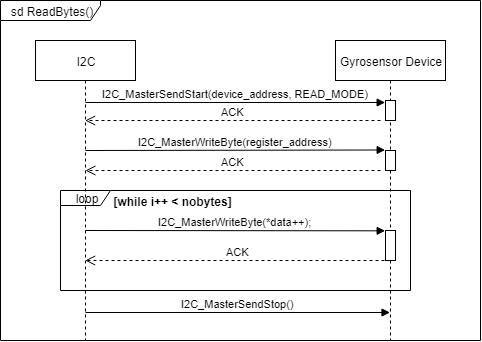
Before: Krav og Design/I2C_ReadBytes_SD.png, a diagram exported from draw.io (MkLJensen/iFollow). Source tidied: cells renumbered, new cells last; positions are measured from the earlier drawing's top-left corner, leaving out a move shared by most shapes.
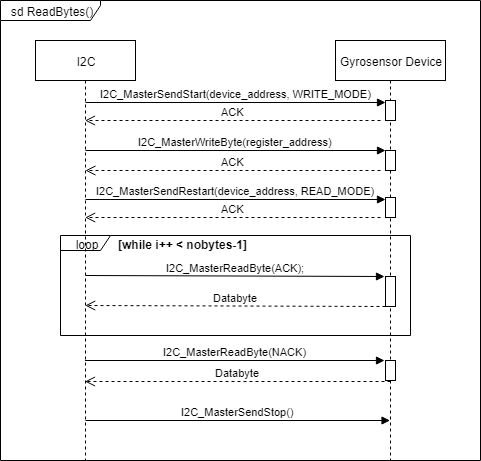
Above is the later version.

Diff of the diagram source:
```diff
@@ -2,17 +2,22 @@
   <root>
     <mxCell id="0" />
     <mxCell id="1" parent="0" />
+    <mxCell id="3" value="loop" style="shape=umlFrame;whiteSpace=wrap;html=1;width=50;height=15;" parent="1" vertex="1">
+      <mxGeometry x="60" y="235" width="350" height="100" as="geometry" />
+    </mxCell>
     <mxCell id="2" value="sd ReadBytes()" style="shape=umlFrame;whiteSpace=wrap;html=1;width=100;height=20;" parent="1" vertex="1">
-      <mxGeometry width="480" height="340" as="geometry" />
+      <mxGeometry width="480" height="460" as="geometry" />
     </mxCell>
-    <mxCell id="3" value="loop" style="shape=umlFrame;whiteSpace=wrap;html=1;width=50;height=15;" parent="1" vertex="1">
-      <mxGeometry x="60" y="190" width="350" height="100" as="geometry" />
-    </mxCell>
+    <mxCell id="11" value="&lt;div&gt;&lt;span&gt;I2C_MasterReadByte&lt;/span&gt;(ACK);&lt;/div&gt;" style="html=1;verticalAlign=bottom;endArrow=block;entryX=-0.065;entryY=-0.001;entryDx=0;entryDy=0;entryPerimeter=0;" parent="1" edge="1" target="16">
+      <mxGeometry relative="1" as="geometry">
+        <mxPoint x="85" y="275" as="sourcePoint" />
+      </mxGeometry>
+    </mxCell>
     <mxCell id="4" value="I2C" style="shape=umlLifeline;perimeter=lifelinePerimeter;whiteSpace=wrap;html=1;outlineConnect=0;" parent="1" vertex="1">
-      <mxGeometry x="35" y="40" width="100" height="300" as="geometry" />
+      <mxGeometry x="35" y="40" width="100" height="420" as="geometry" />
     </mxCell>
     <mxCell id="5" value="Gyrosensor Device" style="shape=umlLifeline;perimeter=lifelinePerimeter;whiteSpace=wrap;html=1;outlineConnect=0;" parent="1" vertex="1">
-      <mxGeometry x="335" y="40" width="110" height="300" as="geometry" />
+      <mxGeometry x="335" y="40" width="110" height="420" as="geometry" />
     </mxCell>
     <mxCell id="6" style="html=1;points=[];perimeter=orthogonalPerimeter;" parent="5" vertex="1">
       <mxGeometry x="50" y="110" width="10" height="20" as="geometry" />
@@ -23,7 +28,7 @@
         <mxPoint x="-250.1" y="130" as="targetPoint" />
       </mxGeometry>
     </mxCell>
-    <mxCell id="8" value="I2C_MasterSendStart(device_address, READ_MODE)" style="html=1;verticalAlign=bottom;endArrow=block;entryX=-0.021;entryY=0.102;entryDx=0;entryDy=0;entryPerimeter=0;" parent="1" edge="1" target="13">
+    <mxCell id="8" value="I2C_MasterSendStart(device_address, WRITE_MODE)" style="html=1;verticalAlign=bottom;endArrow=block;entryX=-0.021;entryY=0.102;entryDx=0;entryDy=0;entryPerimeter=0;" parent="1" edge="1" target="13">
       <mxGeometry relative="1" as="geometry">
         <mxPoint x="85" y="102" as="sourcePoint" />
       </mxGeometry>
@@ -33,20 +38,6 @@
         <mxPoint x="85" y="150" as="sourcePoint" />
       </mxGeometry>
     </mxCell>
-    <mxCell id="10" value="[while i++ &lt; nobytes]" style="text;align=center;fontStyle=1;verticalAlign=middle;spacingLeft=3;spacingRight=3;strokeColor=none;" parent="1" vertex="1">
-      <mxGeometry x="140" y="192" width="65" height="20" as="geometry" />
-    </mxCell>
-    <mxCell id="11" value="&lt;div&gt;&lt;span&gt;I2C_MasterWriteByte&lt;/span&gt;(*data++);&lt;/div&gt;" style="html=1;verticalAlign=bottom;endArrow=block;entryX=-0.065;entryY=-0.001;entryDx=0;entryDy=0;entryPerimeter=0;" parent="1" edge="1" target="16">
-      <mxGeometry relative="1" as="geometry">
-        <mxPoint x="85" y="230" as="sourcePoint" />
-      </mxGeometry>
-    </mxCell>
-    <mxCell id="12" value="&lt;div&gt;&lt;span&gt;I2C_MasterSendStop()&lt;/span&gt;&lt;/div&gt;" style="html=1;verticalAlign=bottom;endArrow=block;" parent="1" edge="1">
-      <mxGeometry relative="1" as="geometry">
-        <mxPoint x="85" y="312" as="sourcePoint" />
-        <mxPoint x="389.5" y="312" as="targetPoint" />
-      </mxGeometry>
-    </mxCell>
     <mxCell id="13" style="html=1;points=[];perimeter=orthogonalPerimeter;" parent="1" vertex="1">
       <mxGeometry x="385" y="100" width="10" height="20" as="geometry" />
     </mxCell>
@@ -55,13 +46,46 @@
         <mxPoint x="380" y="120" as="sourcePoint" />
       </mxGeometry>
     </mxCell>
+    <mxCell id="17" value="I2C_MasterSendRestart(device_address, READ_MODE)" style="html=1;verticalAlign=bottom;endArrow=block;entryX=-0.021;entryY=0.102;entryDx=0;entryDy=0;entryPerimeter=0;" parent="1" edge="1" target="18">
+      <mxGeometry relative="1" as="geometry">
+        <mxPoint x="85" y="199" as="sourcePoint" />
+      </mxGeometry>
+    </mxCell>
+    <mxCell id="18" style="html=1;points=[];perimeter=orthogonalPerimeter;" parent="1" vertex="1">
+      <mxGeometry x="385" y="197" width="10" height="20" as="geometry" />
+    </mxCell>
+    <mxCell id="19" value="ACK" style="html=1;verticalAlign=bottom;endArrow=open;dashed=1;endSize=8;" parent="1" edge="1">
+      <mxGeometry relative="1" as="geometry">
+        <mxPoint x="380" y="217" as="sourcePoint" />
+        <mxPoint x="84.7" y="217" as="targetPoint" />
+      </mxGeometry>
+    </mxCell>
+    <mxCell id="10" value="[while i++ &lt; nobytes-1]" style="text;align=center;fontStyle=1;verticalAlign=middle;spacingLeft=3;spacingRight=3;strokeColor=none;" parent="1" vertex="1">
+      <mxGeometry x="150" y="235" width="65" height="20" as="geometry" />
+    </mxCell>
+    <mxCell id="16" style="html=1;points=[];perimeter=orthogonalPerimeter;" parent="1" vertex="1">
+      <mxGeometry x="385" y="276" width="10" height="30" as="geometry" />
+    </mxCell>
+    <mxCell id="12" value="&lt;div&gt;&lt;span&gt;I2C_MasterReadByte(NACK)&lt;/span&gt;&lt;/div&gt;" style="html=1;verticalAlign=bottom;endArrow=block;entryX=-0.067;entryY=0;entryDx=0;entryDy=0;entryPerimeter=0;" parent="1" edge="1" source="4" target="21">
+      <mxGeometry relative="1" as="geometry" />
+    </mxCell>
-    <mxCell id="15" value="ACK" style="html=1;verticalAlign=bottom;endArrow=open;dashed=1;endSize=8;" parent="1" edge="1" target="4">
+    <mxCell id="15" value="Databyte" style="html=1;verticalAlign=bottom;endArrow=open;dashed=1;endSize=8;exitX=-0.017;exitY=0.996;exitDx=0;exitDy=0;exitPerimeter=0;" parent="1" edge="1" source="16">
       <mxGeometry relative="1" as="geometry">
-        <mxPoint x="390" y="260" as="sourcePoint" />
+        <mxPoint x="84.7" y="305" as="targetPoint" />
       </mxGeometry>
     </mxCell>
-    <mxCell id="16" style="html=1;points=[];perimeter=orthogonalPerimeter;" parent="1" vertex="1">
-      <mxGeometry x="385" y="230" width="10" height="30" as="geometry" />
-    </mxCell>
+    <mxCell id="20" value="Databyte" style="html=1;verticalAlign=bottom;endArrow=open;dashed=1;endSize=8;exitX=-0.017;exitY=0.996;exitDx=0;exitDy=0;exitPerimeter=0;" parent="1" edge="1" target="4">
+      <mxGeometry relative="1" as="geometry">
+        <mxPoint x="390" y="381" as="sourcePoint" />
+      </mxGeometry>
+    </mxCell>
+    <mxCell id="21" style="html=1;points=[];perimeter=orthogonalPerimeter;" parent="1" vertex="1">
+      <mxGeometry x="385" y="360" width="10" height="20" as="geometry" />
+    </mxCell>
+    <mxCell id="22" value="&lt;div&gt;&lt;span&gt;I2C_MasterSendStop()&lt;/span&gt;&lt;/div&gt;" style="html=1;verticalAlign=bottom;endArrow=block;" parent="1" edge="1" target="5">
+      <mxGeometry relative="1" as="geometry">
+        <mxPoint x="85" y="420" as="sourcePoint" />
+      </mxGeometry>
+    </mxCell>
   </root>
 </mxGraphModel>
```
